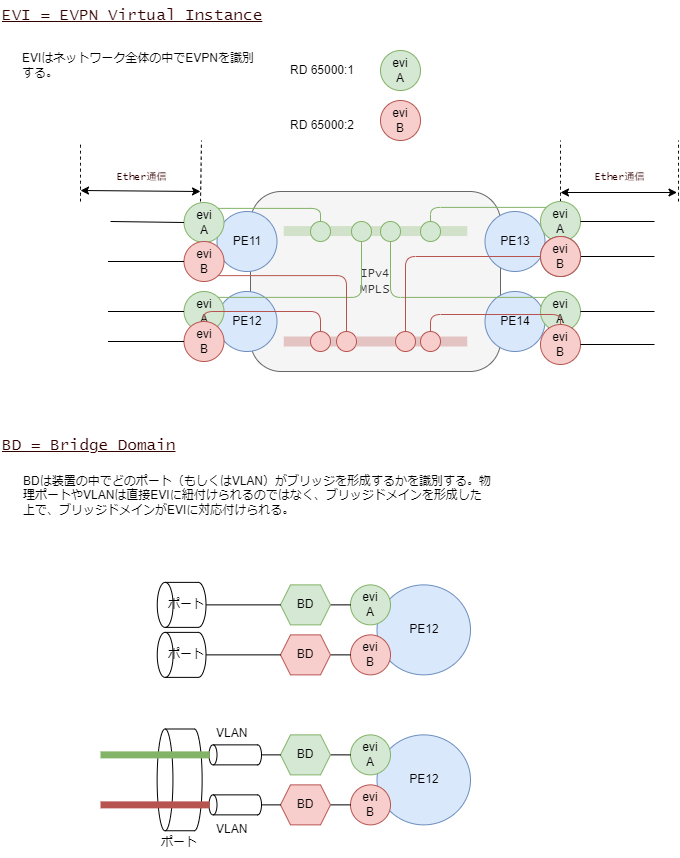
Before: iosxe_config/img/evi_bd.drawio.png, a diagram exported from draw.io (takamitsu-iida/srv6-guide). Source tidied: cells renumbered, new cells last; positions are measured from the earlier drawing's top-left corner, leaving out a move shared by most shapes.
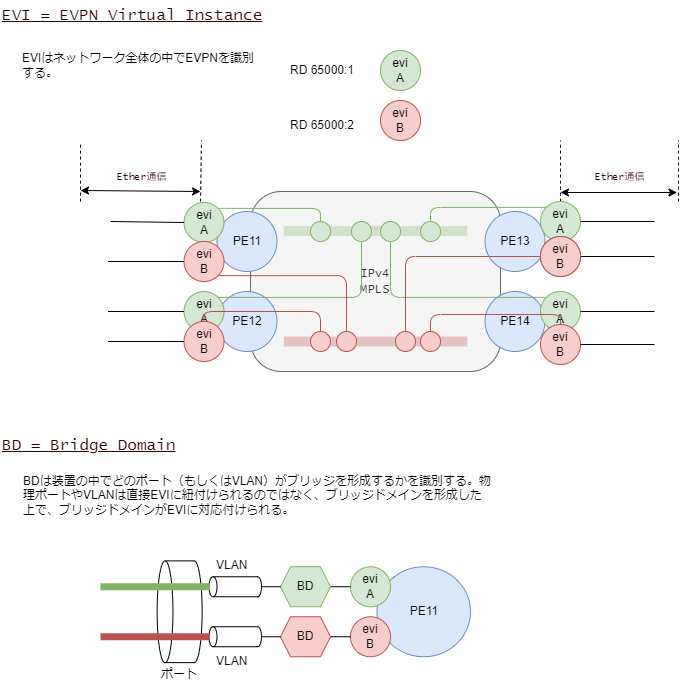
After the change.

Diff of the diagram source:
```diff
@@ -208,19 +208,19 @@
     <mxCell id="56" value="EVIはネットワーク全体の中でEVPNを識別する。" style="text;html=1;strokeColor=none;fillColor=none;align=left;verticalAlign=middle;whiteSpace=wrap;rounded=0;" parent="1" vertex="1">
       <mxGeometry x="20" y="50" width="240" height="30" as="geometry" />
     </mxCell>
-    <mxCell id="57" value="PE12" style="ellipse;whiteSpace=wrap;html=1;fillColor=#dae8fc;strokeColor=#6c8ebf;" parent="1" vertex="1">
-      <mxGeometry x="376.5" y="734.4" width="93.5" height="90" as="geometry" />
+    <mxCell id="57" value="PE11" style="ellipse;whiteSpace=wrap;html=1;fillColor=#dae8fc;strokeColor=#6c8ebf;" parent="1" vertex="1">
+      <mxGeometry x="376.5" y="566.2" width="93.5" height="90" as="geometry" />
     </mxCell>
     <mxCell id="58" value="evi&lt;br&gt;A" style="ellipse;whiteSpace=wrap;html=1;fillColor=#d5e8d4;strokeColor=#82b366;" parent="1" vertex="1">
-      <mxGeometry x="350" y="734.4" width="40" height="40" as="geometry" />
+      <mxGeometry x="350" y="566.2" width="40" height="40" as="geometry" />
     </mxCell>
     <mxCell id="59" style="endArrow=none;html=1;entryX=0;entryY=0.5;entryDx=0;entryDy=0;" parent="1" edge="1" target="58">
       <mxGeometry relative="1" as="geometry">
-        <mxPoint x="318.5" y="754.4" as="sourcePoint" />
+        <mxPoint x="318.5" y="586.2" as="sourcePoint" />
       </mxGeometry>
     </mxCell>
     <mxCell id="60" value="evi&lt;br&gt;B" style="ellipse;whiteSpace=wrap;html=1;fillColor=#f8cecc;strokeColor=#b85450;" parent="1" vertex="1">
-      <mxGeometry x="350" y="784.4" width="40" height="40" as="geometry" />
+      <mxGeometry x="350" y="616.2" width="40" height="40" as="geometry" />
     </mxCell>
     <mxCell id="61" style="endArrow=none;html=1;entryX=0;entryY=0.5;entryDx=0;entryDy=0;exitX=1;exitY=0.5;exitDx=0;exitDy=0;" parent="1" edge="1" source="64" target="60">
       <mxGeometry relative="1" as="geometry" />
@@ -229,90 +229,49 @@
       <mxGeometry y="430" width="200" height="30" as="geometry" />
     </mxCell>
     <mxCell id="63" value="BD" style="shape=hexagon;perimeter=hexagonPerimeter2;whiteSpace=wrap;html=1;fixedSize=1;size=10;fillColor=#d5e8d4;strokeColor=#82b366;" parent="1" vertex="1">
-      <mxGeometry x="280" y="734.4" width="50" height="40" as="geometry" />
+      <mxGeometry x="280" y="566.2" width="50" height="40" as="geometry" />
     </mxCell>
     <mxCell id="64" value="BD" style="shape=hexagon;perimeter=hexagonPerimeter2;whiteSpace=wrap;html=1;fixedSize=1;size=10;fillColor=#f8cecc;strokeColor=#b85450;" parent="1" vertex="1">
-      <mxGeometry x="280" y="784.4" width="50" height="40" as="geometry" />
+      <mxGeometry x="280" y="616.2" width="50" height="40" as="geometry" />
     </mxCell>
     <mxCell id="65" value="BDは装置の中でどのポート（もしくはVLAN）がブリッジを形成するかを識別する。物理ポートやVLANは直接EVIに紐付けられるのではなく、ブリッジドメインを形成した上で、ブリッジドメインがEVIに対応付けられる。" style="text;html=1;strokeColor=none;fillColor=none;align=left;verticalAlign=middle;whiteSpace=wrap;rounded=0;" parent="1" vertex="1">
       <mxGeometry x="20.5" y="480" width="469.5" height="30" as="geometry" />
     </mxCell>
     <mxCell id="66" style="shape=cylinder3;whiteSpace=wrap;html=1;boundedLbl=1;backgroundOutline=1;size=3.9999667926209668;rotation=-90;" parent="1" vertex="1">
-      <mxGeometry x="224.8" y="728.1" width="20" height="52.5" as="geometry" />
+      <mxGeometry x="224.8" y="560" width="20" height="52.5" as="geometry" />
     </mxCell>
     <mxCell id="67" style="endArrow=none;html=1;entryX=0;entryY=0.5;entryDx=0;entryDy=0;exitX=0.5;exitY=1;exitDx=0;exitDy=0;exitPerimeter=0;" parent="1" edge="1" source="66" target="63">
       <mxGeometry relative="1" as="geometry" />
     </mxCell>
     <mxCell id="68" style="shape=cylinder3;whiteSpace=wrap;html=1;boundedLbl=1;backgroundOutline=1;size=7.904761904761813;rotation=-90;" parent="1" vertex="1">
-      <mxGeometry x="128.2" y="756.9" width="101.8" height="45" as="geometry" />
+      <mxGeometry x="128.2" y="588.8" width="101.8" height="45" as="geometry" />
     </mxCell>
     <mxCell id="69" style="shape=cylinder3;whiteSpace=wrap;html=1;boundedLbl=1;backgroundOutline=1;size=3.9999667926209668;rotation=-90;" parent="1" vertex="1">
-      <mxGeometry x="224.8" y="778.1" width="20" height="52.5" as="geometry" />
+      <mxGeometry x="224.8" y="610" width="20" height="52.5" as="geometry" />
     </mxCell>
     <mxCell id="70" style="endArrow=none;html=1;entryX=0;entryY=0.5;entryDx=0;entryDy=0;exitX=0.5;exitY=1;exitDx=0;exitDy=0;exitPerimeter=0;" parent="1" edge="1" source="69" target="64">
       <mxGeometry relative="1" as="geometry" />
     </mxCell>
     <mxCell id="71" value="VLAN" style="text;html=1;strokeColor=none;fillColor=none;align=left;verticalAlign=middle;whiteSpace=wrap;rounded=0;" parent="1" vertex="1">
-      <mxGeometry x="213.5" y="718.1" width="40" height="30" as="geometry" />
+      <mxGeometry x="213.5" y="550" width="40" height="30" as="geometry" />
     </mxCell>
     <mxCell id="72" value="VLAN" style="text;html=1;strokeColor=none;fillColor=none;align=left;verticalAlign=middle;whiteSpace=wrap;rounded=0;" parent="1" vertex="1">
-      <mxGeometry x="213.5" y="814.4" width="40" height="30" as="geometry" />
+      <mxGeometry x="213.5" y="646.2" width="40" height="30" as="geometry" />
     </mxCell>
     <mxCell id="73" value="ポート" style="text;html=1;strokeColor=none;fillColor=none;align=left;verticalAlign=middle;whiteSpace=wrap;rounded=0;" parent="1" vertex="1">
-      <mxGeometry x="159.1" y="826.9" width="40" height="30" as="geometry" />
+      <mxGeometry x="159.1" y="658.8" width="40" height="30" as="geometry" />
     </mxCell>
     <mxCell id="74" style="endArrow=none;html=1;strokeWidth=7;fillColor=#d5e8d4;strokeColor=#82b366;" parent="1" edge="1">
       <mxGeometry relative="1" as="geometry">
-        <mxPoint x="100" y="754.4" as="sourcePoint" />
-        <mxPoint x="209.1" y="754.4" as="targetPoint" />
+        <mxPoint x="100" y="586.2" as="sourcePoint" />
+        <mxPoint x="209.1" y="586.2" as="targetPoint" />
       </mxGeometry>
     </mxCell>
     <mxCell id="75" style="endArrow=none;html=1;strokeWidth=7;fillColor=#f8cecc;strokeColor=#b85450;" parent="1" edge="1">
       <mxGeometry relative="1" as="geometry">
-        <mxPoint x="100" y="804.4" as="sourcePoint" />
-        <mxPoint x="209.1" y="804.4" as="targetPoint" />
+        <mxPoint x="100" y="636.2" as="sourcePoint" />
+        <mxPoint x="209.1" y="636.2" as="targetPoint" />
       </mxGeometry>
     </mxCell>
-    <mxCell id="76" value="PE12" style="ellipse;whiteSpace=wrap;html=1;fillColor=#dae8fc;strokeColor=#6c8ebf;" parent="1" vertex="1">
-      <mxGeometry x="376.5" y="584.4" width="93.5" height="90" as="geometry" />
-    </mxCell>
-    <mxCell id="77" value="evi&lt;br&gt;A" style="ellipse;whiteSpace=wrap;html=1;fillColor=#d5e8d4;strokeColor=#82b366;" parent="1" vertex="1">
-      <mxGeometry x="350" y="584.4" width="40" height="40" as="geometry" />
-    </mxCell>
-    <mxCell id="78" style="endArrow=none;html=1;entryX=0;entryY=0.5;entryDx=0;entryDy=0;" parent="1" edge="1" target="77">
-      <mxGeometry relative="1" as="geometry">
-        <mxPoint x="318.5" y="604.4" as="sourcePoint" />
-      </mxGeometry>
-    </mxCell>
-    <mxCell id="79" value="evi&lt;br&gt;B" style="ellipse;whiteSpace=wrap;html=1;fillColor=#f8cecc;strokeColor=#b85450;" parent="1" vertex="1">
-      <mxGeometry x="350" y="634.4" width="40" height="40" as="geometry" />
-    </mxCell>
-    <mxCell id="80" style="endArrow=none;html=1;entryX=0;entryY=0.5;entryDx=0;entryDy=0;exitX=1;exitY=0.5;exitDx=0;exitDy=0;" parent="1" edge="1" source="82" target="79">
-      <mxGeometry relative="1" as="geometry" />
-    </mxCell>
-    <mxCell id="81" value="BD" style="shape=hexagon;perimeter=hexagonPerimeter2;whiteSpace=wrap;html=1;fixedSize=1;size=10;fillColor=#d5e8d4;strokeColor=#82b366;" parent="1" vertex="1">
-      <mxGeometry x="280" y="584.4" width="50" height="40" as="geometry" />
-    </mxCell>
-    <mxCell id="82" value="BD" style="shape=hexagon;perimeter=hexagonPerimeter2;whiteSpace=wrap;html=1;fixedSize=1;size=10;fillColor=#f8cecc;strokeColor=#b85450;" parent="1" vertex="1">
-      <mxGeometry x="280" y="634.4" width="50" height="40" as="geometry" />
-    </mxCell>
-    <mxCell id="83" style="endArrow=none;html=1;entryX=0;entryY=0.5;entryDx=0;entryDy=0;" parent="1" edge="1" source="84" target="81">
-      <mxGeometry relative="1" as="geometry" />
-    </mxCell>
-    <mxCell id="84" style="shape=cylinder3;whiteSpace=wrap;html=1;boundedLbl=1;backgroundOutline=1;size=7.904761904761813;rotation=-90;" parent="1" vertex="1">
-      <mxGeometry x="158.6" y="580" width="45" height="48.8" as="geometry" />
-    </mxCell>
-    <mxCell id="85" style="endArrow=none;html=1;entryX=0;entryY=0.5;entryDx=0;entryDy=0;" parent="1" edge="1" source="86" target="82">
-      <mxGeometry relative="1" as="geometry" />
-    </mxCell>
-    <mxCell id="86" style="shape=cylinder3;whiteSpace=wrap;html=1;boundedLbl=1;backgroundOutline=1;size=7.904761904761813;rotation=-90;" parent="1" vertex="1">
-      <mxGeometry x="158.6" y="630" width="45" height="48.8" as="geometry" />
-    </mxCell>
-    <mxCell id="87" value="ポート" style="text;html=1;strokeColor=none;fillColor=none;align=left;verticalAlign=middle;whiteSpace=wrap;rounded=0;" parent="1" vertex="1">
-      <mxGeometry x="165.5" y="639.4" width="40" height="30" as="geometry" />
-    </mxCell>
-    <mxCell id="88" value="ポート" style="text;html=1;strokeColor=none;fillColor=none;align=left;verticalAlign=middle;whiteSpace=wrap;rounded=0;" parent="1" vertex="1">
-      <mxGeometry x="165.5" y="589.4" width="40" height="30" as="geometry" />
-    </mxCell>
   </root>
 </mxGraphModel>
```
